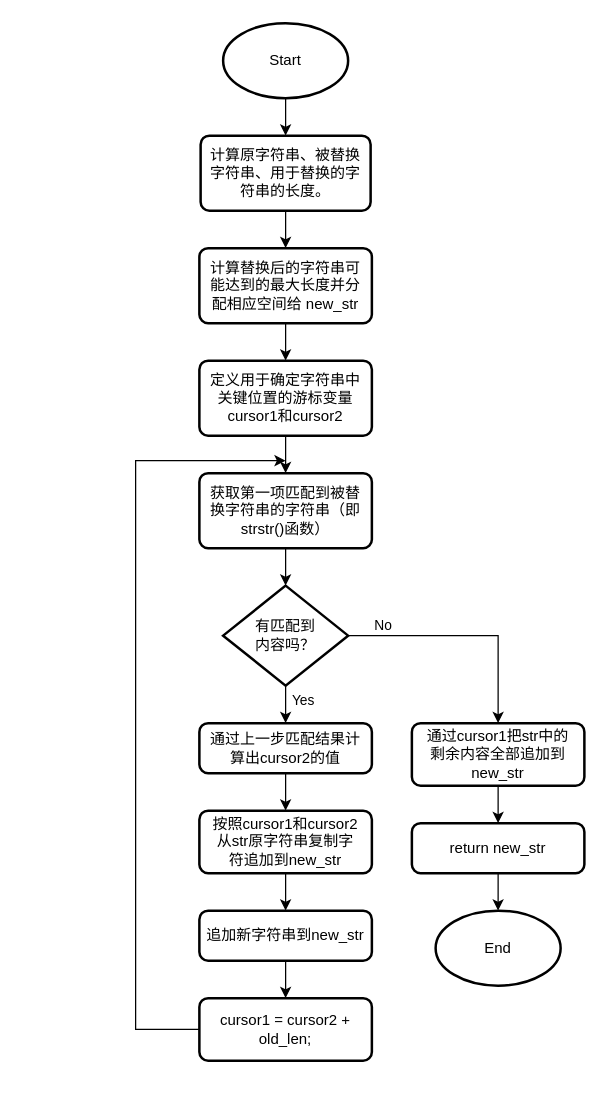
Before: c/string/StrReplaceAll/流程图.drawio in WillardLu/apple_orchard, a draw.io diagram. Source tidied: cells renumbered, new cells numbered last; positions are measured from the earlier drawing's top-left corner, leaving out a move shared by most shapes. Both pictures are drawn from the tidied source at 125%, with x=0, y=0 at pixel (135, 22).
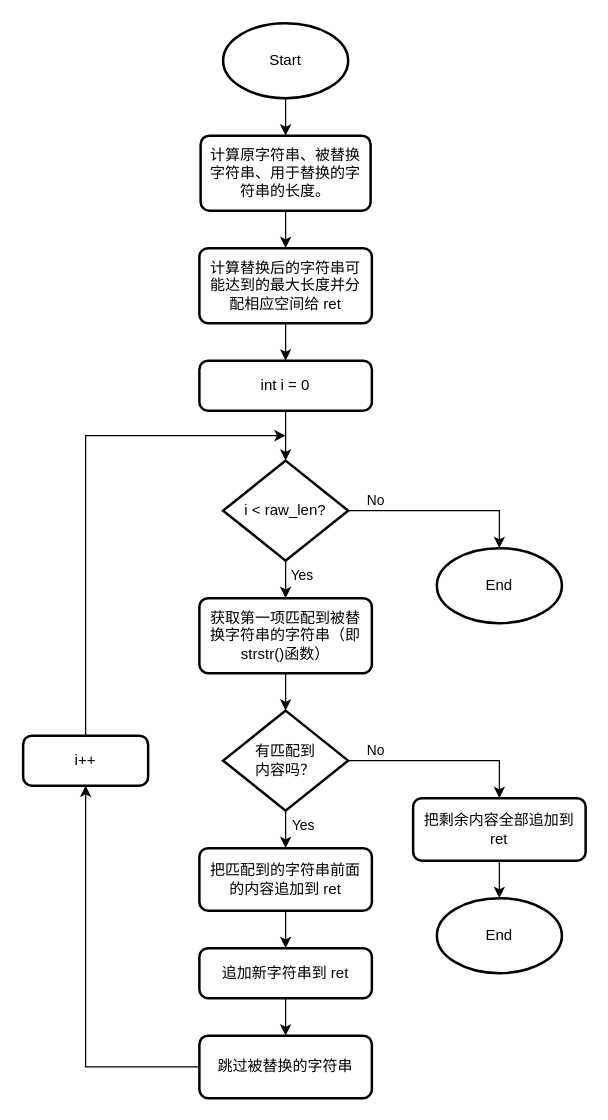
After the change.

Diff of the diagram source:
```diff
@@
-    <mxCell id="3" value="计算替换后的字符串可&lt;br&gt;能达到的最大长度并分&lt;br&gt;配相应空间给 new_str" style="rounded=1;whiteSpace=wrap;html=1;absoluteArcSize=1;arcSize=14;strokeWidth=2;" parent="1" vertex="1">
+    <mxCell id="3" value="计算替换后的字符串可&lt;br&gt;能达到的最大长度并分&lt;br&gt;配相应空间给 ret" style="rounded=1;whiteSpace=wrap;html=1;absoluteArcSize=1;arcSize=14;strokeWidth=2;" parent="1" vertex="1">
       <mxGeometry x="51" y="180" width="138" height="60" as="geometry" />
     </mxCell>
@@
-    <mxCell id="5" style="endArrow=classic;html=1;rounded=0;exitX=0.5;exitY=1;exitDx=0;exitDy=0;entryX=0.5;entryY=0;entryDx=0;entryDy=0;" parent="1" edge="1" source="3" target="11">
-      <mxGeometry relative="1" as="geometry" />
-    </mxCell>
     <mxCell id="6" value="有匹配到&lt;br&gt;内容吗？" style="strokeWidth=2;html=1;shape=mxgraph.flowchart.decision;whiteSpace=wrap;" parent="1" vertex="1">
-      <mxGeometry x="70" y="450" width="100" height="80" as="geometry" />
+      <mxGeometry x="70" y="550" width="100" height="80" as="geometry" />
     </mxCell>
-    <mxCell id="7" style="endArrow=classic;html=1;rounded=0;exitX=0.5;exitY=1;exitDx=0;exitDy=0;exitPerimeter=0;entryX=0.5;entryY=0;entryDx=0;entryDy=0;" parent="1" edge="1" source="6" target="13">
+    <mxCell id="7" style="endArrow=classic;html=1;rounded=0;exitX=0.5;exitY=1;exitDx=0;exitDy=0;exitPerimeter=0;entryX=0.5;entryY=0;entryDx=0;entryDy=0;" parent="1" edge="1" source="6" target="16">
       <mxGeometry relative="1" as="geometry" />
     </mxCell>
@@
-    <mxCell id="11" value="定义用于确定字符串中&lt;br&gt;关键位置的游标变量&lt;br&gt;cursor1和cursor2" style="rounded=1;whiteSpace=wrap;html=1;absoluteArcSize=1;arcSize=14;strokeWidth=2;" parent="1" vertex="1">
-      <mxGeometry x="51" y="270" width="138" height="60" as="geometry" />
-    </mxCell>
     <mxCell id="12" value="获取第一项匹配到被替&lt;br&gt;换字符串的字符串（即&lt;br&gt;strstr()函数）" style="rounded=1;whiteSpace=wrap;html=1;absoluteArcSize=1;arcSize=14;strokeWidth=2;" parent="1" vertex="1">
-      <mxGeometry x="51" y="360" width="138" height="60" as="geometry" />
+      <mxGeometry x="51" y="460" width="138" height="60" as="geometry" />
     </mxCell>
-    <mxCell id="13" value="通过上一步匹配结果计&lt;br&gt;算出cursor2的值" style="rounded=1;whiteSpace=wrap;html=1;absoluteArcSize=1;arcSize=14;strokeWidth=2;" parent="1" vertex="1">
-      <mxGeometry x="51" y="560" width="138" height="40" as="geometry" />
-    </mxCell>
-    <mxCell id="14" style="endArrow=classic;html=1;rounded=0;exitX=0.5;exitY=1;exitDx=0;exitDy=0;entryX=0.5;entryY=0;entryDx=0;entryDy=0;" parent="1" edge="1" source="11" target="12">
+    <mxCell id="14" style="endArrow=classic;html=1;rounded=0;exitX=0.5;exitY=1;exitDx=0;exitDy=0;entryX=0.5;entryY=0;entryDx=0;entryDy=0;" parent="1" edge="1" source="3" target="32">
       <mxGeometry relative="1" as="geometry" />
     </mxCell>
@@
-    <mxCell id="16" value="按照cursor1和cursor2&lt;br&gt;从str原字符串复制字&lt;br&gt;符追加到new_str" style="rounded=1;whiteSpace=wrap;html=1;absoluteArcSize=1;arcSize=14;strokeWidth=2;" parent="1" vertex="1">
-      <mxGeometry x="51" y="630" width="138" height="50" as="geometry" />
+    <mxCell id="16" value="把匹配到的字符串前面&lt;br&gt;的内容追加到 ret" style="rounded=1;whiteSpace=wrap;html=1;absoluteArcSize=1;arcSize=14;strokeWidth=2;" parent="1" vertex="1">
+      <mxGeometry x="51" y="660" width="138" height="50" as="geometry" />
     </mxCell>
-    <mxCell id="17" style="endArrow=classic;html=1;rounded=0;exitX=0.5;exitY=1;exitDx=0;exitDy=0;entryX=0.5;entryY=0;entryDx=0;entryDy=0;" parent="1" edge="1" source="13" target="16">
-      <mxGeometry relative="1" as="geometry" />
-    </mxCell>
-    <mxCell id="18" value="追加新字符串到new_str" style="rounded=1;whiteSpace=wrap;html=1;absoluteArcSize=1;arcSize=14;strokeWidth=2;" parent="1" vertex="1">
-      <mxGeometry x="51" y="710" width="138" height="40" as="geometry" />
+    <mxCell id="18" value="追加新字符串到 ret" style="rounded=1;whiteSpace=wrap;html=1;absoluteArcSize=1;arcSize=14;strokeWidth=2;" parent="1" vertex="1">
+      <mxGeometry x="51" y="740" width="138" height="40" as="geometry" />
     </mxCell>
-    <mxCell id="19" value="通过cursor1把str中的&lt;br&gt;剩余内容全部追加到&lt;br&gt;new_str" style="rounded=1;whiteSpace=wrap;html=1;absoluteArcSize=1;arcSize=14;strokeWidth=2;" parent="1" vertex="1">
-      <mxGeometry x="221" y="560" width="138" height="50" as="geometry" />
+    <mxCell id="19" value="把剩余内容全部追加到&lt;br&gt;ret" style="rounded=1;whiteSpace=wrap;html=1;absoluteArcSize=1;arcSize=14;strokeWidth=2;" parent="1" vertex="1">
+      <mxGeometry x="222" y="620" width="138" height="50" as="geometry" />
     </mxCell>
     <mxCell id="20" style="endArrow=classic;html=1;rounded=0;exitX=1;exitY=0.5;exitDx=0;exitDy=0;exitPerimeter=0;entryX=0.5;entryY=0;entryDx=0;entryDy=0;" parent="1" edge="1" source="6" target="19">
       <mxGeometry relative="1" as="geometry">
         <Array as="points">
-          <mxPoint x="290" y="490" />
+          <mxPoint x="291" y="590" />
         </Array>
       </mxGeometry>
     </mxCell>
@@
-    <mxCell id="22" value="cursor1 = cursor2 + old_len;" style="rounded=1;whiteSpace=wrap;html=1;absoluteArcSize=1;arcSize=14;strokeWidth=2;" parent="1" vertex="1">
-      <mxGeometry x="51" y="780" width="138" height="50" as="geometry" />
+    <mxCell id="22" value="跳过被替换的字符串" style="rounded=1;whiteSpace=wrap;html=1;absoluteArcSize=1;arcSize=14;strokeWidth=2;" parent="1" vertex="1">
+      <mxGeometry x="51" y="810" width="138" height="50" as="geometry" />
     </mxCell>
@@
-    <mxCell id="25" style="endArrow=classic;html=1;rounded=0;exitX=0;exitY=0.5;exitDx=0;exitDy=0;" parent="1" edge="1" source="22">
-      <mxGeometry relative="1" as="geometry">
-        <mxPoint x="120" y="350" as="targetPoint" />
-        <Array as="points">
-          <mxPoint y="805" />
-          <mxPoint y="350" />
-        </Array>
-      </mxGeometry>
-    </mxCell>
     <mxCell id="26" value="End" style="strokeWidth=2;html=1;shape=mxgraph.flowchart.start_1;whiteSpace=wrap;" parent="1" vertex="1">
-      <mxGeometry x="240" y="710" width="100" height="60" as="geometry" />
+      <mxGeometry x="241" y="700" width="100" height="60" as="geometry" />
     </mxCell>
-    <mxCell id="27" value="return new_str" style="rounded=1;whiteSpace=wrap;html=1;absoluteArcSize=1;arcSize=14;strokeWidth=2;" parent="1" vertex="1">
-      <mxGeometry x="221" y="640" width="138" height="40" as="geometry" />
-    </mxCell>
-    <mxCell id="28" style="endArrow=classic;html=1;rounded=0;exitX=0.5;exitY=1;exitDx=0;exitDy=0;entryX=0.5;entryY=0;entryDx=0;entryDy=0;" parent="1" edge="1" source="19" target="27">
-      <mxGeometry relative="1" as="geometry" />
-    </mxCell>
-    <mxCell id="29" style="endArrow=classic;html=1;rounded=0;exitX=0.5;exitY=1;exitDx=0;exitDy=0;entryX=0.5;entryY=0;entryDx=0;entryDy=0;entryPerimeter=0;" parent="1" edge="1" source="27" target="26">
+    <mxCell id="29" style="endArrow=classic;html=1;rounded=0;exitX=0.5;exitY=1;exitDx=0;exitDy=0;entryX=0.5;entryY=0;entryDx=0;entryDy=0;entryPerimeter=0;" parent="1" edge="1" source="19" target="26">
       <mxGeometry relative="1" as="geometry" />
     </mxCell>
+    <mxCell id="30" value="End" style="strokeWidth=2;html=1;shape=mxgraph.flowchart.start_1;whiteSpace=wrap;" parent="1" vertex="1">
+      <mxGeometry x="241" y="420" width="100" height="60" as="geometry" />
+    </mxCell>
+    <mxCell id="31" value="i &amp;lt; raw_len?" style="strokeWidth=2;html=1;shape=mxgraph.flowchart.decision;whiteSpace=wrap;" parent="1" vertex="1">
+      <mxGeometry x="70" y="350" width="100" height="80" as="geometry" />
+    </mxCell>
+    <mxCell id="32" value="int i = 0" style="rounded=1;whiteSpace=wrap;html=1;absoluteArcSize=1;arcSize=14;strokeWidth=2;" parent="1" vertex="1">
+      <mxGeometry x="51" y="270" width="138" height="40" as="geometry" />
+    </mxCell>
+    <mxCell id="33" style="endArrow=classic;html=1;rounded=0;exitX=0.5;exitY=1;exitDx=0;exitDy=0;entryX=0.5;entryY=0;entryDx=0;entryDy=0;entryPerimeter=0;" parent="1" edge="1" source="32" target="31">
+      <mxGeometry relative="1" as="geometry" />
+    </mxCell>
+    <mxCell id="34" style="endArrow=classic;html=1;rounded=0;exitX=0.5;exitY=1;exitDx=0;exitDy=0;entryX=0.5;entryY=0;entryDx=0;entryDy=0;exitPerimeter=0;" parent="1" edge="1" source="31" target="12">
+      <mxGeometry relative="1" as="geometry" />
+    </mxCell>
+    <mxCell id="35" value="Yes" style="edgeLabel;html=1;align=center;verticalAlign=middle;" parent="34" vertex="1">
+      <mxGeometry x="-0.26" y="1" relative="1" as="geometry">
+        <mxPoint x="11" as="offset" />
+      </mxGeometry>
+    </mxCell>
+    <mxCell id="36" value="i++" style="rounded=1;whiteSpace=wrap;html=1;absoluteArcSize=1;arcSize=14;strokeWidth=2;" parent="1" vertex="1">
+      <mxGeometry x="-90" y="570" width="100" height="40" as="geometry" />
+    </mxCell>
+    <mxCell id="37" style="endArrow=classic;html=1;rounded=0;entryX=0.5;entryY=1;entryDx=0;entryDy=0;exitX=0;exitY=0.5;exitDx=0;exitDy=0;" parent="1" edge="1" source="22" target="36">
+      <mxGeometry relative="1" as="geometry">
+        <Array as="points">
+          <mxPoint x="-40" y="835" />
+        </Array>
+      </mxGeometry>
+    </mxCell>
+    <mxCell id="38" style="endArrow=classic;html=1;rounded=0;exitX=0.5;exitY=0;exitDx=0;exitDy=0;" parent="1" edge="1" source="36">
+      <mxGeometry relative="1" as="geometry">
+        <mxPoint x="120" y="330" as="targetPoint" />
+        <Array as="points">
+          <mxPoint x="-40" y="330" />
+        </Array>
+      </mxGeometry>
+    </mxCell>
+    <mxCell id="39" style="endArrow=classic;html=1;rounded=0;exitX=1;exitY=0.5;exitDx=0;exitDy=0;exitPerimeter=0;entryX=0.5;entryY=0;entryDx=0;entryDy=0;entryPerimeter=0;" parent="1" edge="1" source="31" target="30">
+      <mxGeometry relative="1" as="geometry">
+        <Array as="points">
+          <mxPoint x="291" y="390" />
+        </Array>
+      </mxGeometry>
+    </mxCell>
+    <mxCell id="40" value="No" style="edgeLabel;html=1;align=center;verticalAlign=middle;" parent="39" vertex="1">
+      <mxGeometry x="-0.72" y="1" relative="1" as="geometry">
+        <mxPoint y="-8" as="offset" />
+      </mxGeometry>
+    </mxCell>
```
